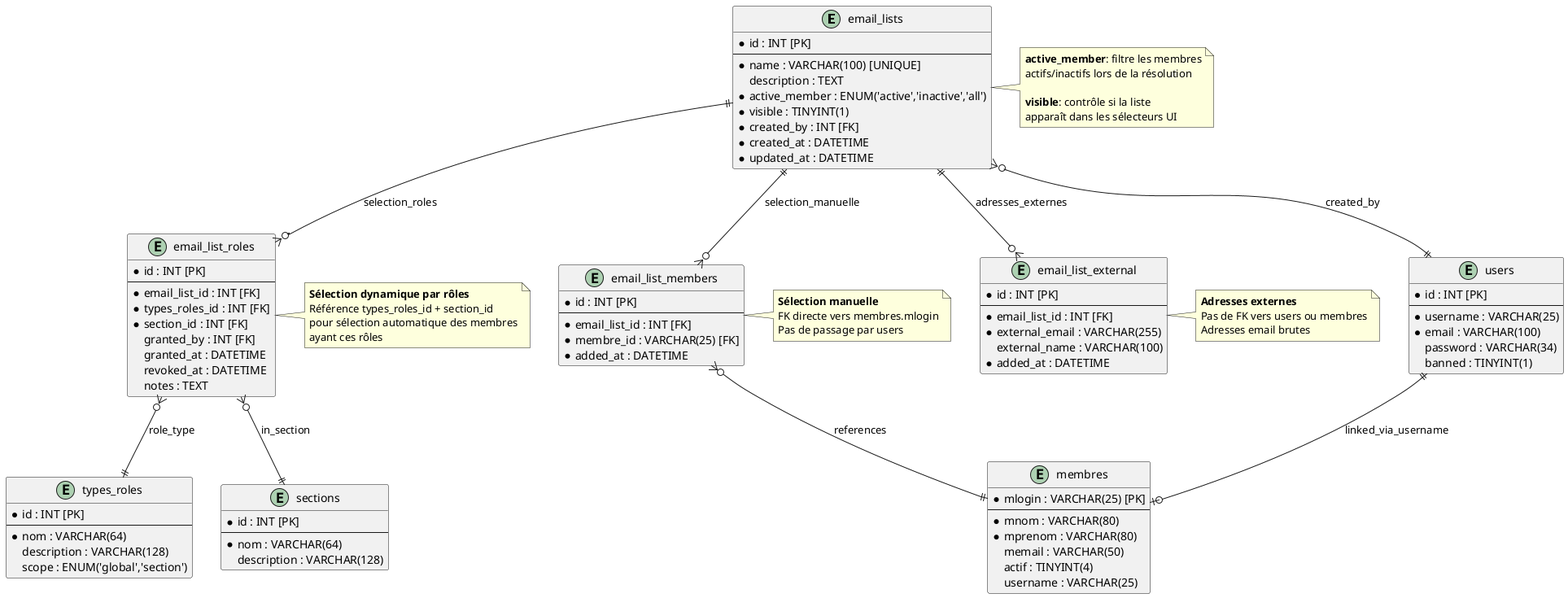
The PlantUML diagram doc/design_notes/diagrams/email_lists_er.png in flub78/gvv, before a commit.
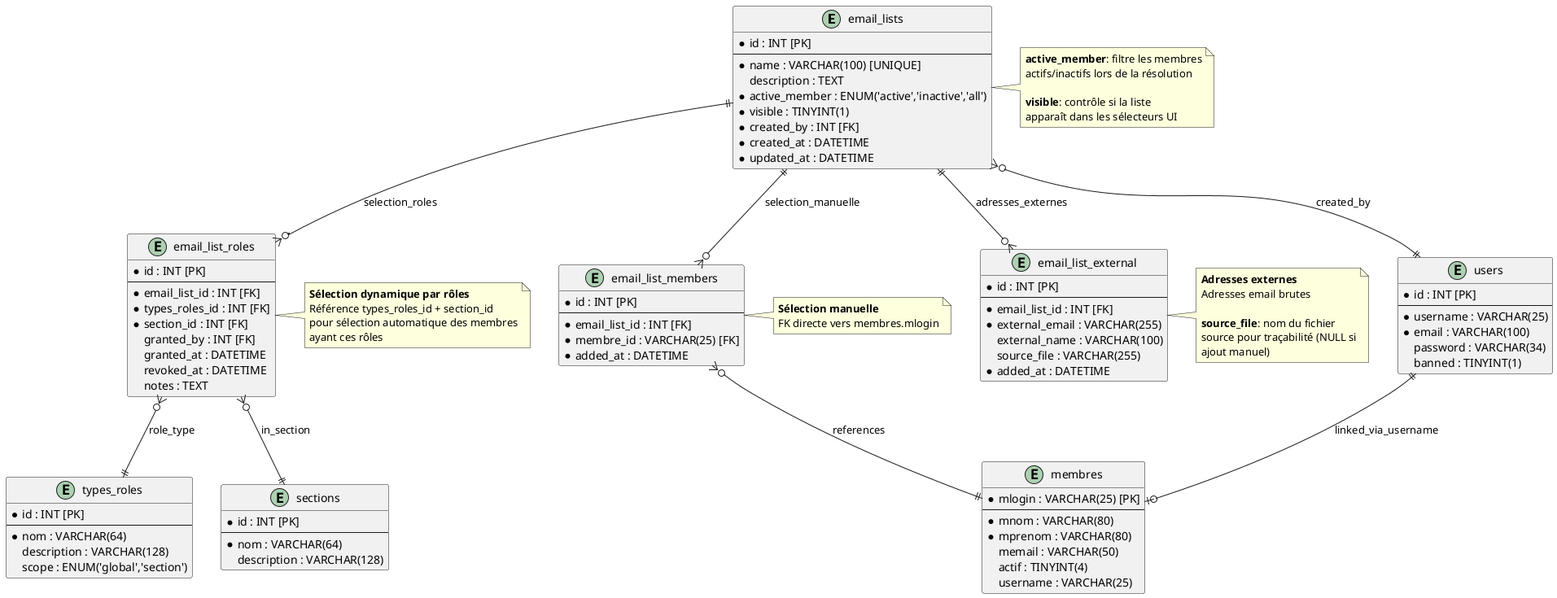
The same file after the commit.

Commit message:
cleanup after email lists

Change to the diagram source:
```diff
@@ -37,6 +37,7 @@
   * email_list_id : INT [FK]
   * external_email : VARCHAR(255)
   external_name : VARCHAR(100)
+  source_file : VARCHAR(255)
   * added_at : DATETIME
 }
 
@@ -95,13 +96,15 @@
 note right of email_list_members
   **Sélection manuelle**
   FK directe vers membres.mlogin
-  Pas de passage par users
 end note
 
 note right of email_list_external
   **Adresses externes**
-  Pas de FK vers users ou membres
   Adresses email brutes
+
+  **source_file**: nom du fichier
+  source pour traçabilité (NULL si
+  ajout manuel)
 end note
 
 note right of email_lists
```
